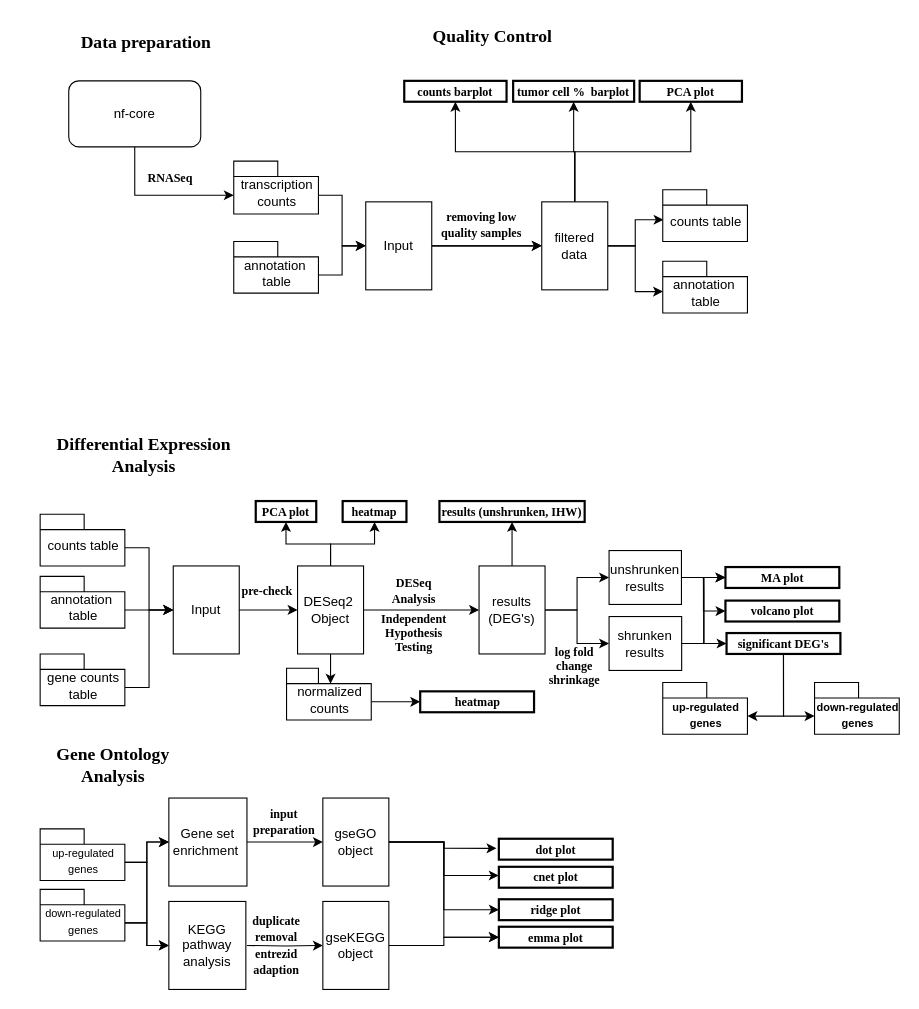
KoenVanderBurg/Thesis_project keeps this draw.io diagram as bin/pipeline workflow.drawio. Above is the earlier version. Source tidied: cells renumbered, new cells numbered last; positions are measured from the earlier drawing's top-left corner, leaving out a move shared by most shapes. Both pictures are drawn from the tidied source at 110%, with x=0, y=0 at pixel (40, 19).
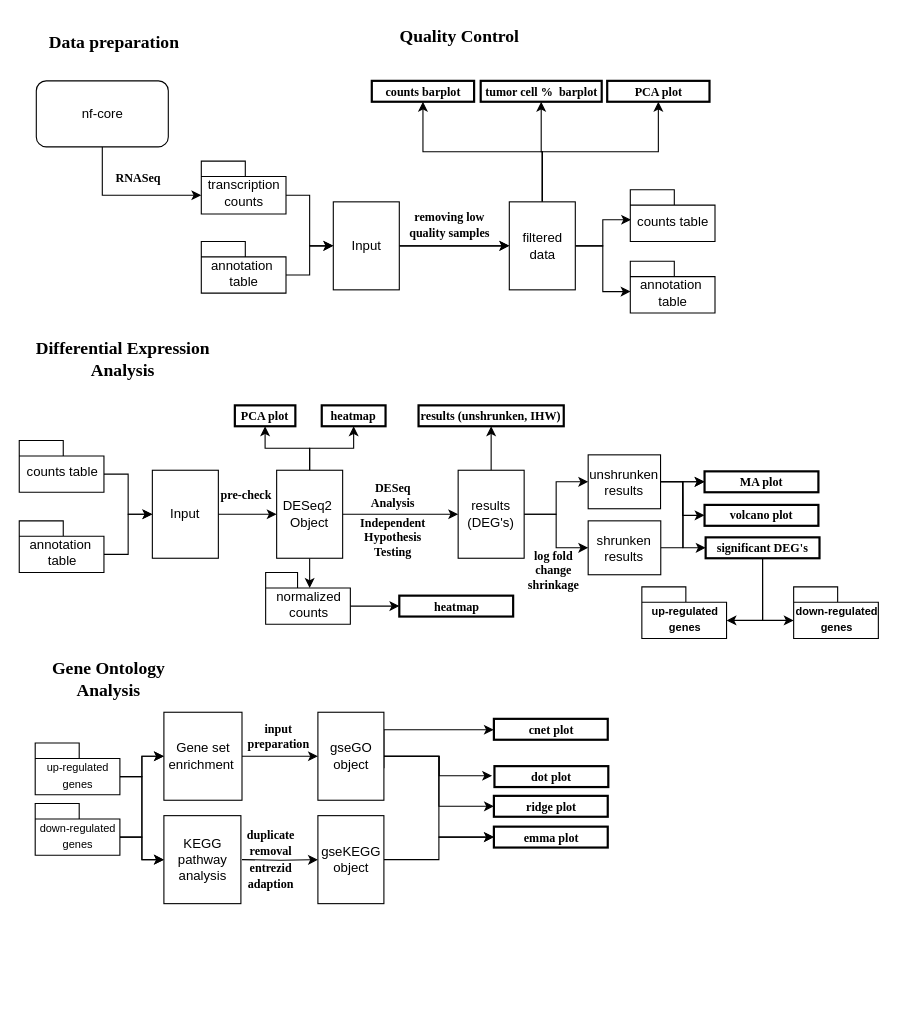
The same diagram, later.

What changed in the source:
```diff
@@
     <mxCell id="4" value="Input" style="rounded=0;whiteSpace=wrap;html=1;" parent="1" vertex="1">
-      <mxGeometry x="296" y="166" width="60" height="80" as="geometry" />
+      <mxGeometry x="266.5" y="166" width="60" height="80" as="geometry" />
     </mxCell>
@@
     <mxCell id="6" value="&lt;span style=&quot;font-weight: normal;&quot;&gt;transcription &lt;br&gt;counts&lt;/span&gt;" style="shape=folder;fontStyle=1;spacingTop=10;tabWidth=40;tabHeight=14;tabPosition=left;html=1;" parent="1" vertex="1">
-      <mxGeometry x="176" y="129" width="77" height="48" as="geometry" />
+      <mxGeometry x="146.5" y="129" width="77" height="48" as="geometry" />
     </mxCell>
@@
     <mxCell id="8" value="nf-core" style="rounded=1;whiteSpace=wrap;html=1;" parent="1" vertex="1">
-      <mxGeometry x="26" y="56" width="120" height="60" as="geometry" />
+      <mxGeometry x="-3.5" y="56" width="120" height="60" as="geometry" />
     </mxCell>
@@
     <mxCell id="10" value="&lt;span style=&quot;font-weight: normal;&quot;&gt;annotation&amp;nbsp;&lt;br&gt;table&lt;/span&gt;" style="shape=folder;fontStyle=1;spacingTop=10;tabWidth=40;tabHeight=14;tabPosition=left;html=1;" parent="1" vertex="1">
-      <mxGeometry x="176" y="202" width="77" height="47" as="geometry" />
+      <mxGeometry x="146.5" y="202" width="77" height="47" as="geometry" />
     </mxCell>
     <mxCell id="11" value="Quality Control" style="text;html=1;align=center;verticalAlign=middle;strokeColor=none;fillColor=none;fontSize=16;fontFamily=Times New Roman;fontStyle=1;" parent="1" vertex="1">
-      <mxGeometry x="345.5" width="130" height="30" as="geometry" />
+      <mxGeometry x="316" width="130" height="30" as="geometry" />
     </mxCell>
     <mxCell id="12" value="Data preparation" style="text;html=1;align=center;verticalAlign=middle;strokeColor=none;fillColor=none;fontSize=16;fontFamily=Times New Roman;fontStyle=1;" parent="1" vertex="1">
-      <mxGeometry x="26" y="6" width="140" height="30" as="geometry" />
+      <mxGeometry x="-3.5" y="6" width="140" height="30" as="geometry" />
     </mxCell>
@@
     <mxCell id="18" value="filtered data" style="rounded=0;whiteSpace=wrap;html=1;" parent="1" vertex="1">
-      <mxGeometry x="456" y="166" width="60" height="80" as="geometry" />
+      <mxGeometry x="426.5" y="166" width="60" height="80" as="geometry" />
     </mxCell>
     <mxCell id="19" value="counts barplot" style="rounded=0;whiteSpace=wrap;html=1;fontFamily=Times New Roman;fontSize=11;strokeWidth=2;fontStyle=1;" parent="1" vertex="1">
-      <mxGeometry x="331" y="56" width="93" height="19" as="geometry" />
+      <mxGeometry x="301.5" y="56" width="93" height="19" as="geometry" />
     </mxCell>
     <mxCell id="20" value="tumor cell %&amp;nbsp; barplot" style="rounded=0;whiteSpace=wrap;html=1;fontFamily=Times New Roman;fontSize=11;strokeWidth=2;fontStyle=1;" parent="1" vertex="1">
-      <mxGeometry x="430" y="56" width="110" height="19" as="geometry" />
+      <mxGeometry x="400.5" y="56" width="110" height="19" as="geometry" />
     </mxCell>
     <mxCell id="21" value="PCA plot" style="rounded=0;whiteSpace=wrap;html=1;fontFamily=Times New Roman;fontSize=11;strokeWidth=2;fontStyle=1;" parent="1" vertex="1">
-      <mxGeometry x="545" y="56" width="93" height="19" as="geometry" />
+      <mxGeometry x="515.5" y="56" width="93" height="19" as="geometry" />
     </mxCell>
     <mxCell id="22" value="Differential Expression&lt;br&gt;Analysis" style="text;html=1;align=center;verticalAlign=middle;strokeColor=none;fillColor=none;fontSize=16;fontFamily=Times New Roman;fontStyle=1;" parent="1" vertex="1">
-      <mxGeometry y="368" width="187" height="55" as="geometry" />
+      <mxGeometry x="-19" y="281" width="187" height="55" as="geometry" />
     </mxCell>
@@
     <mxCell id="24" value="&lt;span style=&quot;font-weight: normal;&quot;&gt;annotation&amp;nbsp;&lt;br&gt;table&lt;/span&gt;" style="shape=folder;fontStyle=1;spacingTop=10;tabWidth=40;tabHeight=14;tabPosition=left;html=1;" parent="1" vertex="1">
-      <mxGeometry y="506.5" width="77" height="47" as="geometry" />
+      <mxGeometry x="-19" y="456" width="77" height="47" as="geometry" />
     </mxCell>
-    <mxCell id="25" style="edgeStyle=orthogonalEdgeStyle;rounded=0;jettySize=auto;html=1;exitX=0;exitY=0;exitDx=77;exitDy=30.5;exitPerimeter=0;entryX=0;entryY=0.5;entryDx=0;entryDy=0;fontFamily=Times New Roman;fontSize=9;" parent="1" edge="1" source="26" target="29">
-      <mxGeometry relative="1" as="geometry" />
-    </mxCell>
-    <mxCell id="26" value="&lt;span style=&quot;font-weight: normal;&quot;&gt;gene counts &lt;br&gt;table&lt;/span&gt;" style="shape=folder;fontStyle=1;spacingTop=10;tabWidth=40;tabHeight=14;tabPosition=left;html=1;" parent="1" vertex="1">
-      <mxGeometry y="577" width="77" height="47" as="geometry" />
-    </mxCell>
@@
     <mxCell id="28" value="&lt;span style=&quot;font-weight: 400;&quot;&gt;counts table&lt;/span&gt;" style="shape=folder;fontStyle=1;spacingTop=10;tabWidth=40;tabHeight=14;tabPosition=left;html=1;" parent="1" vertex="1">
-      <mxGeometry y="450" width="77" height="47" as="geometry" />
+      <mxGeometry x="-19" y="383" width="77" height="47" as="geometry" />
     </mxCell>
     <mxCell id="29" value="Input" style="rounded=0;whiteSpace=wrap;html=1;" parent="1" vertex="1">
-      <mxGeometry x="121" y="497" width="60" height="80" as="geometry" />
+      <mxGeometry x="102" y="410" width="60" height="80" as="geometry" />
     </mxCell>
@@
     <mxCell id="34" value="DESeq2&amp;nbsp;&lt;br&gt;Object" style="rounded=0;whiteSpace=wrap;html=1;" parent="1" vertex="1">
-      <mxGeometry x="234" y="497" width="60" height="80" as="geometry" />
+      <mxGeometry x="215" y="410" width="60" height="80" as="geometry" />
     </mxCell>
@@
     <mxCell id="36" value="pre-check&amp;nbsp;" style="text;html=1;strokeColor=none;fillColor=none;align=center;verticalAlign=middle;whiteSpace=wrap;rounded=0;fontFamily=Times New Roman;fontSize=11;fontStyle=1;" parent="1" vertex="1">
-      <mxGeometry x="178" y="505" width="60" height="30" as="geometry" />
+      <mxGeometry x="159" y="418" width="60" height="30" as="geometry" />
     </mxCell>
     <mxCell id="37" value="PCA plot" style="rounded=0;whiteSpace=wrap;html=1;fontFamily=Times New Roman;fontSize=11;strokeWidth=2;fontStyle=1;" parent="1" vertex="1">
-      <mxGeometry x="196" y="438" width="55" height="19" as="geometry" />
+      <mxGeometry x="177" y="351" width="55" height="19" as="geometry" />
     </mxCell>
     <mxCell id="38" value="heatmap" style="rounded=0;whiteSpace=wrap;html=1;fontFamily=Times New Roman;fontSize=11;strokeWidth=2;fontStyle=1;" parent="1" vertex="1">
-      <mxGeometry x="275" y="438" width="58" height="19" as="geometry" />
+      <mxGeometry x="256" y="351" width="58" height="19" as="geometry" />
     </mxCell>
@@
     <mxCell id="42" value="results (DEG's)" style="rounded=0;whiteSpace=wrap;html=1;" parent="1" vertex="1">
-      <mxGeometry x="399" y="497" width="60" height="80" as="geometry" />
+      <mxGeometry x="380" y="410" width="60" height="80" as="geometry" />
     </mxCell>
     <mxCell id="43" value="DESeq Analysis" style="text;html=1;strokeColor=none;fillColor=none;align=center;verticalAlign=middle;whiteSpace=wrap;rounded=0;fontFamily=Times New Roman;fontSize=11;fontStyle=1;" parent="1" vertex="1">
-      <mxGeometry x="309.5" y="505" width="60" height="30" as="geometry" />
+      <mxGeometry x="290.5" y="418" width="60" height="30" as="geometry" />
     </mxCell>
     <mxCell id="44" value="Independent Hypothesis Testing" style="text;html=1;strokeColor=none;fillColor=none;align=center;verticalAlign=middle;whiteSpace=wrap;rounded=0;fontFamily=Times New Roman;fontSize=11;fontStyle=1;" parent="1" vertex="1">
-      <mxGeometry x="309.5" y="543" width="60" height="30" as="geometry" />
+      <mxGeometry x="290.5" y="456" width="60" height="30" as="geometry" />
     </mxCell>
     <mxCell id="45" value="&lt;b&gt;&lt;font style=&quot;font-size: 11px;&quot;&gt;results (unshrunken, IHW)&lt;/font&gt;&lt;/b&gt;" style="rounded=0;whiteSpace=wrap;html=1;fontFamily=Times New Roman;fontSize=9;strokeWidth=2;" parent="1" vertex="1">
-      <mxGeometry x="363" y="438" width="132" height="19" as="geometry" />
+      <mxGeometry x="344" y="351" width="132" height="19" as="geometry" />
     </mxCell>
@@
     <mxCell id="47" value="shrunken results" style="rounded=0;whiteSpace=wrap;html=1;" parent="1" vertex="1">
-      <mxGeometry x="517.2" y="543" width="66" height="49" as="geometry" />
+      <mxGeometry x="498.2" y="456" width="66" height="49" as="geometry" />
     </mxCell>
     <mxCell id="48" value="log fold change shrinkage" style="text;html=1;strokeColor=none;fillColor=none;align=center;verticalAlign=middle;whiteSpace=wrap;rounded=0;fontFamily=Times New Roman;fontSize=11;fontStyle=1;" parent="1" vertex="1">
-      <mxGeometry x="456" y="573" width="60" height="30" as="geometry" />
+      <mxGeometry x="437" y="486" width="60" height="30" as="geometry" />
     </mxCell>
     <mxCell id="49" value="MA plot" style="rounded=0;whiteSpace=wrap;html=1;fontFamily=Times New Roman;fontSize=11;strokeWidth=2;fontStyle=1;" parent="1" vertex="1">
-      <mxGeometry x="623" y="498" width="103.5" height="19" as="geometry" />
+      <mxGeometry x="604" y="411" width="103.5" height="19" as="geometry" />
     </mxCell>
@@
     <mxCell id="53" value="unshrunken results" style="rounded=0;whiteSpace=wrap;html=1;" parent="1" vertex="1">
-      <mxGeometry x="517.2" y="483" width="65.8" height="49" as="geometry" />
+      <mxGeometry x="498.2" y="396" width="65.8" height="49" as="geometry" />
     </mxCell>
@@
     <mxCell id="56" value="significant DEG's" style="rounded=0;whiteSpace=wrap;html=1;fontFamily=Times New Roman;fontSize=11;strokeWidth=2;fontStyle=1;" parent="1" vertex="1">
-      <mxGeometry x="624" y="558" width="103.5" height="19" as="geometry" />
+      <mxGeometry x="605" y="471" width="103.5" height="19" as="geometry" />
     </mxCell>
     <mxCell id="57" value="volcano plot" style="rounded=0;whiteSpace=wrap;html=1;fontFamily=Times New Roman;fontSize=11;strokeWidth=2;fontStyle=1;" parent="1" vertex="1">
-      <mxGeometry x="623" y="528.5" width="103.5" height="19" as="geometry" />
+      <mxGeometry x="604" y="441.5" width="103.5" height="19" as="geometry" />
     </mxCell>
     <mxCell id="58" value="heatmap" style="rounded=0;whiteSpace=wrap;html=1;fontFamily=Times New Roman;fontSize=11;strokeWidth=2;fontStyle=1;" parent="1" vertex="1">
-      <mxGeometry x="345.5" y="611" width="103.5" height="19" as="geometry" />
+      <mxGeometry x="326.5" y="524" width="103.5" height="19" as="geometry" />
     </mxCell>
     <mxCell id="59" value="Gene Ontology&lt;br&gt;Analysis" style="text;html=1;align=center;verticalAlign=middle;strokeColor=none;fillColor=none;fontSize=16;fontFamily=Times New Roman;fontStyle=1;" parent="1" vertex="1">
-      <mxGeometry y="650" width="132" height="55" as="geometry" />
+      <mxGeometry x="-4.5" y="572" width="132" height="55" as="geometry" />
     </mxCell>
@@
     <mxCell id="61" value="&lt;span style=&quot;font-weight: 400;&quot;&gt;normalized&lt;br&gt;counts&lt;br&gt;&lt;/span&gt;" style="shape=folder;fontStyle=1;spacingTop=10;tabWidth=29;tabHeight=14;tabPosition=left;html=1;" parent="1" vertex="1">
-      <mxGeometry x="224" y="590" width="77" height="47" as="geometry" />
+      <mxGeometry x="205" y="503" width="77" height="47" as="geometry" />
     </mxCell>
     <mxCell id="62" value="&lt;font style=&quot;font-size: 10px;&quot;&gt;&lt;span style=&quot;&quot;&gt;up-regulated&lt;br&gt;&lt;/span&gt;&lt;span style=&quot;&quot;&gt;genes&lt;/span&gt;&lt;/font&gt;" style="shape=folder;fontStyle=1;spacingTop=10;tabWidth=40;tabHeight=14;tabPosition=left;html=1;" parent="1" vertex="1">
-      <mxGeometry x="566" y="603" width="77" height="47" as="geometry" />
+      <mxGeometry x="547" y="516" width="77" height="47" as="geometry" />
     </mxCell>
     <mxCell id="63" value="&lt;span style=&quot;font-size: 10px;&quot;&gt;down-regulated&lt;br&gt;&lt;font style=&quot;font-size: 10px;&quot;&gt;genes&lt;/font&gt;&lt;/span&gt;" style="shape=folder;fontStyle=1;spacingTop=10;tabWidth=40;tabHeight=14;tabPosition=left;html=1;" parent="1" vertex="1">
-      <mxGeometry x="704" y="603" width="77" height="47" as="geometry" />
+      <mxGeometry x="685" y="516" width="77" height="47" as="geometry" />
     </mxCell>
@@
     <mxCell id="66" value="&lt;font style=&quot;font-size: 10px;&quot;&gt;&lt;span style=&quot;font-weight: 400;&quot;&gt;up-regulated&lt;br&gt;&lt;/span&gt;&lt;span style=&quot;font-weight: normal;&quot;&gt;genes&lt;/span&gt;&lt;/font&gt;" style="shape=folder;fontStyle=1;spacingTop=10;tabWidth=40;tabHeight=14;tabPosition=left;html=1;" parent="1" vertex="1">
-      <mxGeometry y="736" width="77" height="47" as="geometry" />
+      <mxGeometry x="-4.5" y="658" width="77" height="47" as="geometry" />
     </mxCell>
@@
     <mxCell id="69" value="&lt;span style=&quot;font-weight: normal; font-size: 10px;&quot;&gt;down-regulated&lt;br&gt;&lt;font style=&quot;font-size: 10px;&quot;&gt;genes&lt;/font&gt;&lt;/span&gt;" style="shape=folder;fontStyle=1;spacingTop=10;tabWidth=40;tabHeight=14;tabPosition=left;html=1;" parent="1" vertex="1">
-      <mxGeometry y="791" width="77" height="47" as="geometry" />
+      <mxGeometry x="-4.5" y="713" width="77" height="47" as="geometry" />
     </mxCell>
@@
     <mxCell id="71" value="Gene set enrichment&amp;nbsp;" style="rounded=0;whiteSpace=wrap;html=1;" parent="1" vertex="1">
-      <mxGeometry x="117" y="708" width="71" height="80" as="geometry" />
+      <mxGeometry x="112.5" y="630" width="71" height="80" as="geometry" />
     </mxCell>
     <mxCell id="72" value="KEGG pathway analysis" style="rounded=0;whiteSpace=wrap;html=1;" parent="1" vertex="1">
-      <mxGeometry x="117" y="802" width="70" height="80" as="geometry" />
+      <mxGeometry x="112.5" y="724" width="70" height="80" as="geometry" />
     </mxCell>
@@
-    <mxCell id="74" style="edgeStyle=orthogonalEdgeStyle;rounded=0;jettySize=auto;html=1;exitX=1;exitY=0.5;exitDx=0;exitDy=0;entryX=-0.001;entryY=0.417;entryDx=0;entryDy=0;entryPerimeter=0;fontFamily=Times New Roman;fontSize=10;" parent="1" edge="1" source="77" target="84">
-      <mxGeometry relative="1" as="geometry" />
+    <mxCell id="74" style="edgeStyle=orthogonalEdgeStyle;rounded=0;orthogonalLoop=1;jettySize=auto;html=1;exitX=1;exitY=0.5;exitDx=0;exitDy=0;entryX=-0.001;entryY=0.417;entryDx=0;entryDy=0;entryPerimeter=0;fontFamily=Times New Roman;fontSize=10;" parent="1" edge="1">
+      <mxGeometry relative="1" as="geometry">
+        <mxPoint x="312.5" y="681" as="sourcePoint" />
+        <mxPoint x="412.4" y="645.9" as="targetPoint" />
+        <Array as="points">
+          <mxPoint x="312" y="646" />
+        </Array>
+      </mxGeometry>
     </mxCell>
@@
     <mxCell id="77" value="gseGO object" style="rounded=0;whiteSpace=wrap;html=1;" parent="1" vertex="1">
-      <mxGeometry x="257" y="708" width="60" height="80" as="geometry" />
+      <mxGeometry x="252.5" y="630" width="60" height="80" as="geometry" />
     </mxCell>
     <mxCell id="78" value="input preparation&lt;br style=&quot;font-size: 11px;&quot;&gt;" style="text;html=1;strokeColor=none;fillColor=none;align=center;verticalAlign=middle;whiteSpace=wrap;rounded=0;fontFamily=Times New Roman;fontSize=11;fontStyle=1;" parent="1" vertex="1">
-      <mxGeometry x="191.5" y="715" width="60" height="30" as="geometry" />
+      <mxGeometry x="187" y="637" width="60" height="30" as="geometry" />
     </mxCell>
     <mxCell id="79" style="edgeStyle=orthogonalEdgeStyle;rounded=0;jettySize=auto;html=1;exitX=1;exitY=0.5;exitDx=0;exitDy=0;entryX=0;entryY=0.5;entryDx=0;entryDy=0;fontFamily=Times New Roman;fontSize=10;" parent="1" edge="1" target="81">
       <mxGeometry relative="1" as="geometry">
-        <mxPoint x="188" y="842" as="sourcePoint" />
+        <mxPoint x="183.5" y="764" as="sourcePoint" />
       </mxGeometry>
     </mxCell>
@@
     <mxCell id="81" value="gseKEGG&lt;br&gt;object" style="rounded=0;whiteSpace=wrap;html=1;" parent="1" vertex="1">
-      <mxGeometry x="257" y="802" width="60" height="80" as="geometry" />
+      <mxGeometry x="252.5" y="724" width="60" height="80" as="geometry" />
     </mxCell>
     <mxCell id="82" value="duplicate removal" style="text;html=1;strokeColor=none;fillColor=none;align=center;verticalAlign=middle;whiteSpace=wrap;rounded=0;fontFamily=Times New Roman;fontSize=11;fontStyle=1;" parent="1" vertex="1">
-      <mxGeometry x="184.5" y="812" width="60" height="30" as="geometry" />
+      <mxGeometry x="180" y="734" width="60" height="30" as="geometry" />
     </mxCell>
     <mxCell id="83" value="dot plot" style="rounded=0;whiteSpace=wrap;html=1;fontFamily=Times New Roman;fontSize=11;strokeWidth=2;fontStyle=1;" parent="1" vertex="1">
-      <mxGeometry x="417" y="745" width="103.5" height="19" as="geometry" />
+      <mxGeometry x="413" y="679" width="103.5" height="19" as="geometry" />
     </mxCell>
     <mxCell id="84" value="cnet plot" style="rounded=0;whiteSpace=wrap;html=1;fontFamily=Times New Roman;fontSize=11;strokeWidth=2;fontStyle=1;" parent="1" vertex="1">
-      <mxGeometry x="417" y="770.5" width="103.5" height="19" as="geometry" />
+      <mxGeometry x="412.5" y="636" width="103.5" height="19" as="geometry" />
     </mxCell>
     <mxCell id="85" value="ridge plot" style="rounded=0;whiteSpace=wrap;html=1;fontFamily=Times New Roman;fontSize=11;strokeWidth=2;fontStyle=1;" parent="1" vertex="1">
-      <mxGeometry x="417" y="800" width="103.5" height="19" as="geometry" />
+      <mxGeometry x="412.5" y="706" width="103.5" height="19" as="geometry" />
     </mxCell>
     <mxCell id="86" value="emma plot" style="rounded=0;whiteSpace=wrap;html=1;fontFamily=Times New Roman;fontSize=11;strokeWidth=2;fontStyle=1;" parent="1" vertex="1">
-      <mxGeometry x="417" y="825" width="103.5" height="19" as="geometry" />
+      <mxGeometry x="412.5" y="734" width="103.5" height="19" as="geometry" />
     </mxCell>
     <mxCell id="87" value="entrezid adaption" style="text;html=1;strokeColor=none;fillColor=none;align=center;verticalAlign=middle;whiteSpace=wrap;rounded=0;fontFamily=Times New Roman;fontSize=11;fontStyle=1;" parent="1" vertex="1">
-      <mxGeometry x="184.5" y="842" width="60" height="30" as="geometry" />
+      <mxGeometry x="180" y="764" width="60" height="30" as="geometry" />
     </mxCell>
     <mxCell id="88" value="removing low quality samples" style="text;html=1;strokeColor=none;fillColor=none;align=center;verticalAlign=middle;whiteSpace=wrap;rounded=0;fontFamily=Times New Roman;fontSize=11;fontStyle=1;" parent="1" vertex="1">
-      <mxGeometry x="354.2" y="172" width="94.8" height="30" as="geometry" />
+      <mxGeometry x="324.8" y="172" width="94.8" height="30" as="geometry" />
     </mxCell>
     <mxCell id="89" value="&lt;span style=&quot;font-weight: normal;&quot;&gt;annotation&amp;nbsp;&lt;br&gt;table&lt;/span&gt;" style="shape=folder;fontStyle=1;spacingTop=10;tabWidth=40;tabHeight=14;tabPosition=left;html=1;" parent="1" vertex="1">
-      <mxGeometry x="566" y="220" width="77" height="47" as="geometry" />
+      <mxGeometry x="536.5" y="220" width="77" height="47" as="geometry" />
     </mxCell>
     <mxCell id="90" value="&lt;span style=&quot;font-weight: 400;&quot;&gt;counts table&lt;/span&gt;" style="shape=folder;fontStyle=1;spacingTop=10;tabWidth=40;tabHeight=14;tabPosition=left;html=1;" parent="1" vertex="1">
-      <mxGeometry x="566" y="155" width="77" height="47" as="geometry" />
+      <mxGeometry x="536.5" y="155" width="77" height="47" as="geometry" />
     </mxCell>
     <mxCell id="91" value="RNASeq" style="text;html=1;strokeColor=none;fillColor=none;align=center;verticalAlign=middle;whiteSpace=wrap;rounded=0;fontFamily=Times New Roman;fontSize=11;fontStyle=1;" parent="1" vertex="1">
-      <mxGeometry x="71.2" y="129" width="94.8" height="30" as="geometry" />
+      <mxGeometry x="41.8" y="129" width="94.8" height="30" as="geometry" />
     </mxCell>
```
